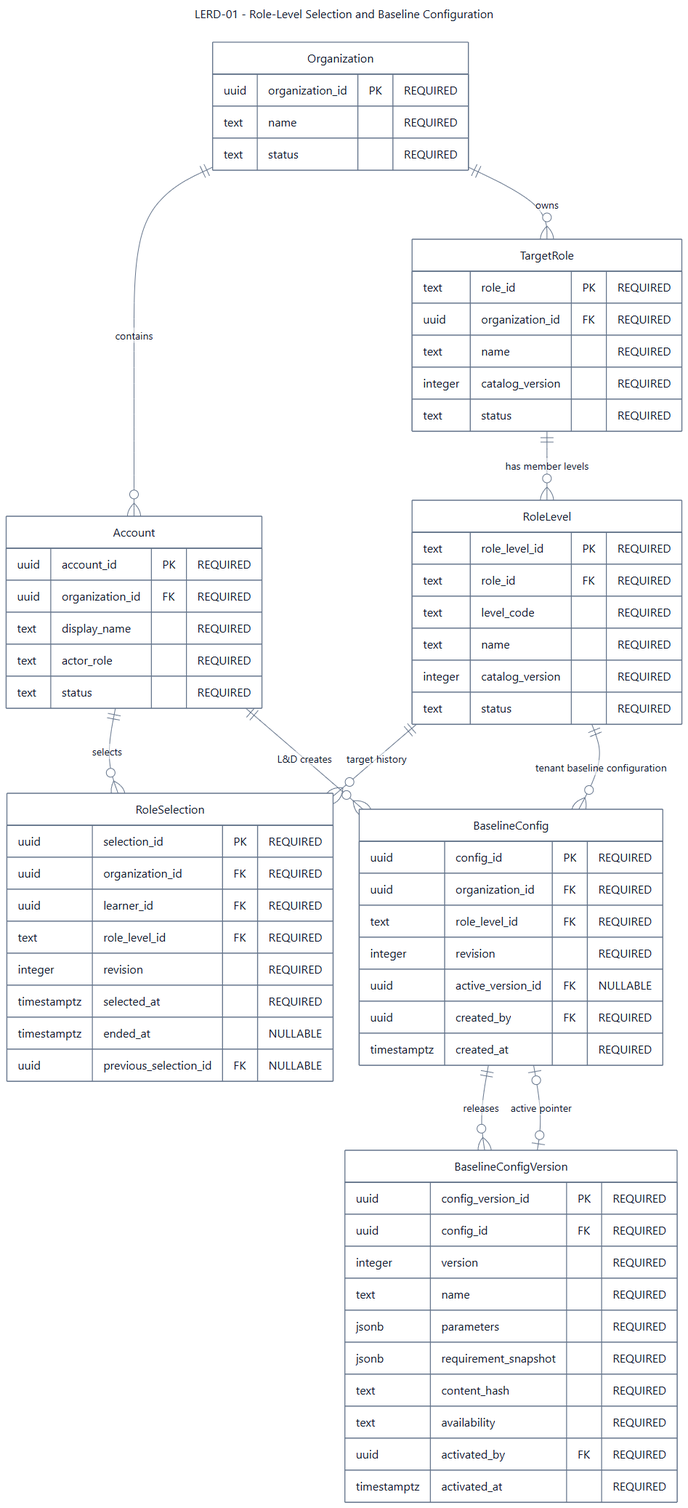
Above: documents/diagrams/mermaid/lerd-01.png in SEP490-Fall-2026-GFA26SE64/SEP490 (Mermaid), before the change. Its source is kept beside it as documents/diagrams/mermaid/lerd-01.mmd.
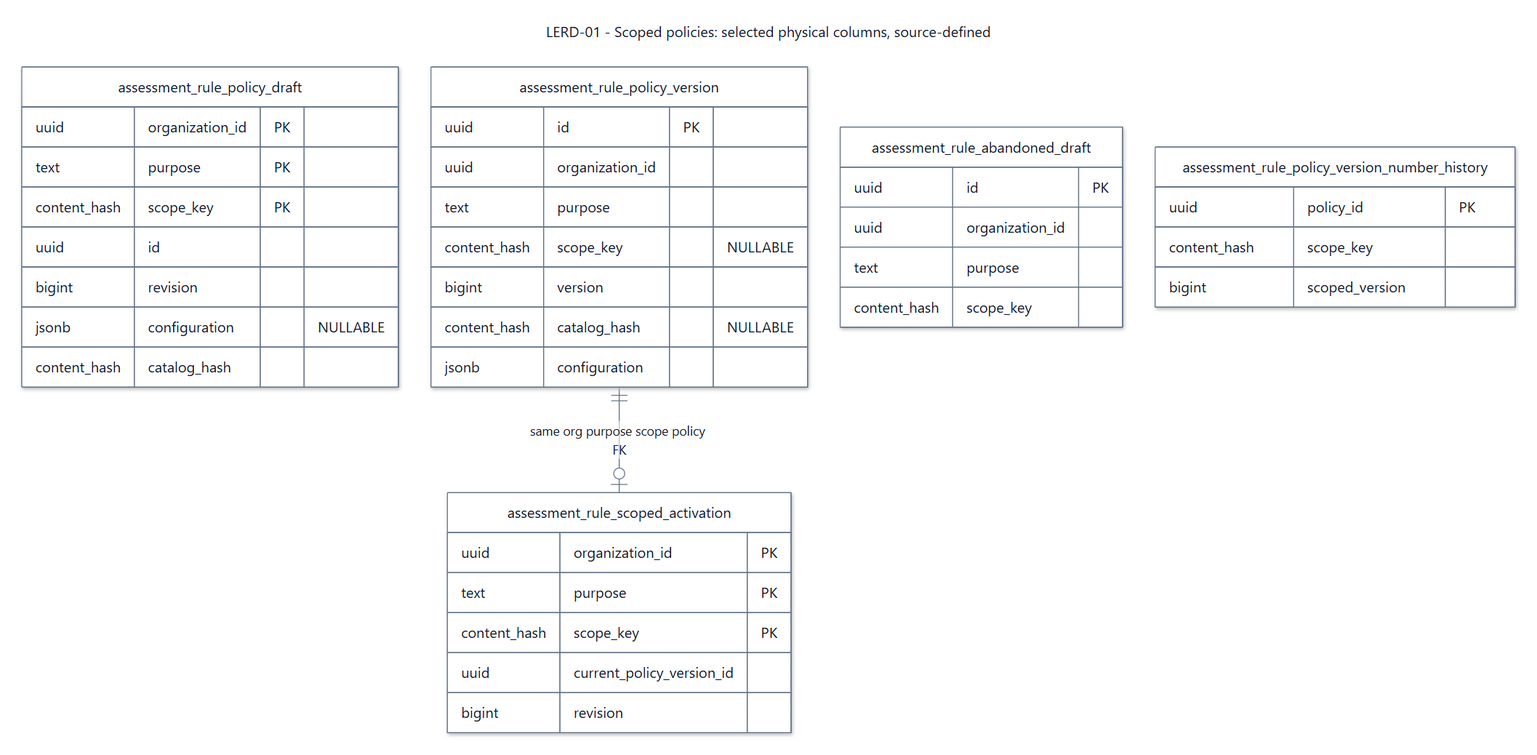
After the change.

The edit, as a diff of the source:
```diff
@@ -1,73 +1,44 @@
 ---
-title: "LERD-01 - Role-Level Selection and Baseline Configuration"
+title: "LERD-01 - Scoped policies: selected physical columns, source-defined"
 config: {"theme":"base","fontFamily":"Segoe UI, Arial, sans-serif","themeVariables":{"fontFamily":"Segoe UI, Arial, sans-serif","fontSize":"16px","primaryColor":"#ffffff","primaryTextColor":"#0f1729","primaryBorderColor":"#64748b","secondaryColor":"#fef3eb","tertiaryColor":"#ffffff","lineColor":"#64748b","textColor":"#0f1729","mainBkg":"#ffffff","background":"#ffffff","clusterBkg":"#ffffff","clusterBorder":"#64748b","edgeLabelBackground":"#ffffff","titleColor":"#0f1729","noteBkgColor":"#fef3eb","noteTextColor":"#0f1729","noteBorderColor":"#e6650f","attributeBackgroundColorOdd":"#ffffff","attributeBackgroundColorEven":"#ffffff","secondaryBorderColor":"#64748b","tertiaryBorderColor":"#64748b","secondaryTextColor":"#0f1729","tertiaryTextColor":"#0f1729"},"layout":"dagre","er":{"layoutDirection":"LR","nodeSpacing":36,"rankSpacing":74,"entityPadding":16,"fontSize":16,"minEntityWidth":140,"diagramPadding":24}}
 ---
+
 erDiagram
   direction TB
-  Organization["Organization"] {
-    uuid organization_id PK "REQUIRED"
-    text name "REQUIRED"
-    text status "REQUIRED"
+  assessment_rule_policy_draft {
+    uuid organization_id PK
+    text purpose PK
+    content_hash scope_key PK
+    uuid id
+    bigint revision
+    jsonb configuration "NULLABLE"
+    content_hash catalog_hash
   }
-  Account["Account"] {
-    uuid account_id PK "REQUIRED"
-    uuid organization_id FK "REQUIRED"
-    text display_name "REQUIRED"
-    text actor_role "REQUIRED"
-    text status "REQUIRED"
+  assessment_rule_policy_version {
+    uuid id PK
+    uuid organization_id
+    text purpose
+    content_hash scope_key "NULLABLE"
+    bigint version
+    content_hash catalog_hash "NULLABLE"
+    jsonb configuration
   }
-  TargetRole["TargetRole"] {
-    text role_id PK "REQUIRED"
-    uuid organization_id FK "REQUIRED"
-    text name "REQUIRED"
-    integer catalog_version "REQUIRED"
-    text status "REQUIRED"
+  assessment_rule_scoped_activation {
+    uuid organization_id PK
+    text purpose PK
+    content_hash scope_key PK
+    uuid current_policy_version_id
+    bigint revision
   }
-  RoleLevel["RoleLevel"] {
-    text role_level_id PK "REQUIRED"
-    text role_id FK "REQUIRED"
-    text level_code "REQUIRED"
-    text name "REQUIRED"
-    integer catalog_version "REQUIRED"
-    text status "REQUIRED"
+  assessment_rule_abandoned_draft {
+    uuid id PK
+    uuid organization_id
+    text purpose
+    content_hash scope_key
   }
-  RoleSelection["RoleSelection"] {
-    uuid selection_id PK "REQUIRED"
-    uuid organization_id FK "REQUIRED"
-    uuid learner_id FK "REQUIRED"
-    text role_level_id FK "REQUIRED"
-    integer revision "REQUIRED"
-    timestamptz selected_at "REQUIRED"
-    timestamptz ended_at "NULLABLE"
-    uuid previous_selection_id FK "NULLABLE"
+  assessment_rule_policy_version_number_history {
+    uuid policy_id PK
+    content_hash scope_key
+    bigint scoped_version
   }
-  BaselineConfig["BaselineConfig"] {
-    uuid config_id PK "REQUIRED"
-    uuid organization_id FK "REQUIRED"
-    text role_level_id FK "REQUIRED"
-    integer revision "REQUIRED"
-    uuid active_version_id FK "NULLABLE"
-    uuid created_by FK "REQUIRED"
-    timestamptz created_at "REQUIRED"
-  }
-  BaselineConfigVersion["BaselineConfigVersion"] {
-    uuid config_version_id PK "REQUIRED"
-    uuid config_id FK "REQUIRED"
-    integer version "REQUIRED"
-    text name "REQUIRED"
-    jsonb parameters "REQUIRED"
-    jsonb requirement_snapshot "REQUIRED"
-    text content_hash "REQUIRED"
-    text availability "REQUIRED"
-    uuid activated_by FK "REQUIRED"
-    timestamptz activated_at "REQUIRED"
-  }
-  Organization ||--o{ Account : "contains"
-  Organization ||--o{ TargetRole : "owns"
-  TargetRole ||--o{ RoleLevel : "has member levels"
-  Account ||--o{ RoleSelection : "selects"
-  RoleLevel ||--o{ RoleSelection : "target history"
-  RoleLevel ||--o{ BaselineConfig : "tenant baseline configuration"
-  Account ||--o{ BaselineConfig : "L&D creates"
-  BaselineConfig ||--o{ BaselineConfigVersion : "releases"
-  BaselineConfig o|--o| BaselineConfigVersion : "active pointer"
+  assessment_rule_policy_version ||--o| assessment_rule_scoped_activation : "same org purpose scope policy FK"
```
